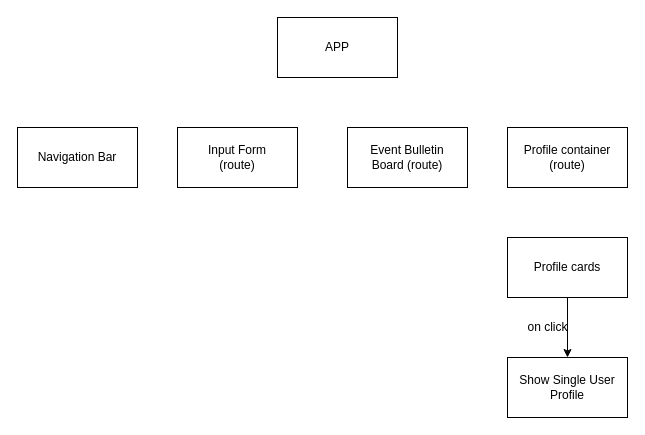
rabah98/Phase-2-project keeps this draw.io diagram as draft.drawio. Above is the earlier version. Source tidied: cells renumbered, new cells numbered last; positions are measured from the earlier drawing's top-left corner, leaving out a move shared by most shapes. Both pictures are drawn from the tidied source at 100%, with x=0, y=0 at pixel (17, 17).
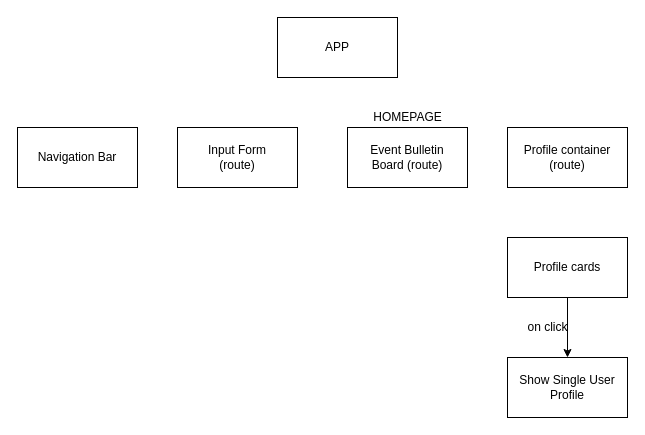
The same page after the edit.

Change to the diagram source:
```diff
@@
 <mxGraphModel>
   <root>
     <mxCell id="0" />
     <mxCell id="1" parent="0" />
     <mxCell id="2" value="APP" style="whiteSpace=wrap;html=1;" parent="1" vertex="1">
       <mxGeometry x="260" width="120" height="60" as="geometry" />
     </mxCell>
     <mxCell id="3" value="Input Form&lt;br&gt;(route)" style="whiteSpace=wrap;html=1;" parent="1" vertex="1">
       <mxGeometry x="160" y="110" width="120" height="60" as="geometry" />
     </mxCell>
     <mxCell id="4" value="Event Bulletin&lt;br&gt;Board (route)" style="whiteSpace=wrap;html=1;" parent="1" vertex="1">
       <mxGeometry x="330" y="110" width="120" height="60" as="geometry" />
     </mxCell>
     <mxCell id="5" value="Profile container&lt;br&gt;(route)" style="whiteSpace=wrap;html=1;" parent="1" vertex="1">
       <mxGeometry x="490" y="110" width="120" height="60" as="geometry" />
     </mxCell>
     <mxCell id="6" style="edgeStyle=none;html=1;exitX=0.5;exitY=1;exitDx=0;exitDy=0;" parent="1" edge="1" source="7" target="9">
       <mxGeometry relative="1" as="geometry" />
     </mxCell>
     <mxCell id="7" value="Profile cards" style="whiteSpace=wrap;html=1;" parent="1" vertex="1">
       <mxGeometry x="490" y="220" width="120" height="60" as="geometry" />
     </mxCell>
     <mxCell id="8" value="Navigation Bar" style="whiteSpace=wrap;html=1;" parent="1" vertex="1">
       <mxGeometry y="110" width="120" height="60" as="geometry" />
     </mxCell>
     <mxCell id="9" value="Show Single User Profile" style="whiteSpace=wrap;html=1;" parent="1" vertex="1">
       <mxGeometry x="490" y="340" width="120" height="60" as="geometry" />
     </mxCell>
     <mxCell id="10" value="on click" style="text;html=1;align=center;verticalAlign=middle;strokeColor=none;fillColor=none;" parent="1" vertex="1">
       <mxGeometry x="500" y="300" width="60" height="20" as="geometry" />
     </mxCell>
+    <mxCell id="11" value="HOMEPAGE" style="text;html=1;align=center;verticalAlign=middle;strokeColor=none;fillColor=none;" parent="1" vertex="1">
+      <mxGeometry x="350" y="90" width="80" height="20" as="geometry" />
+    </mxCell>
   </root>
 </mxGraphModel>
```
